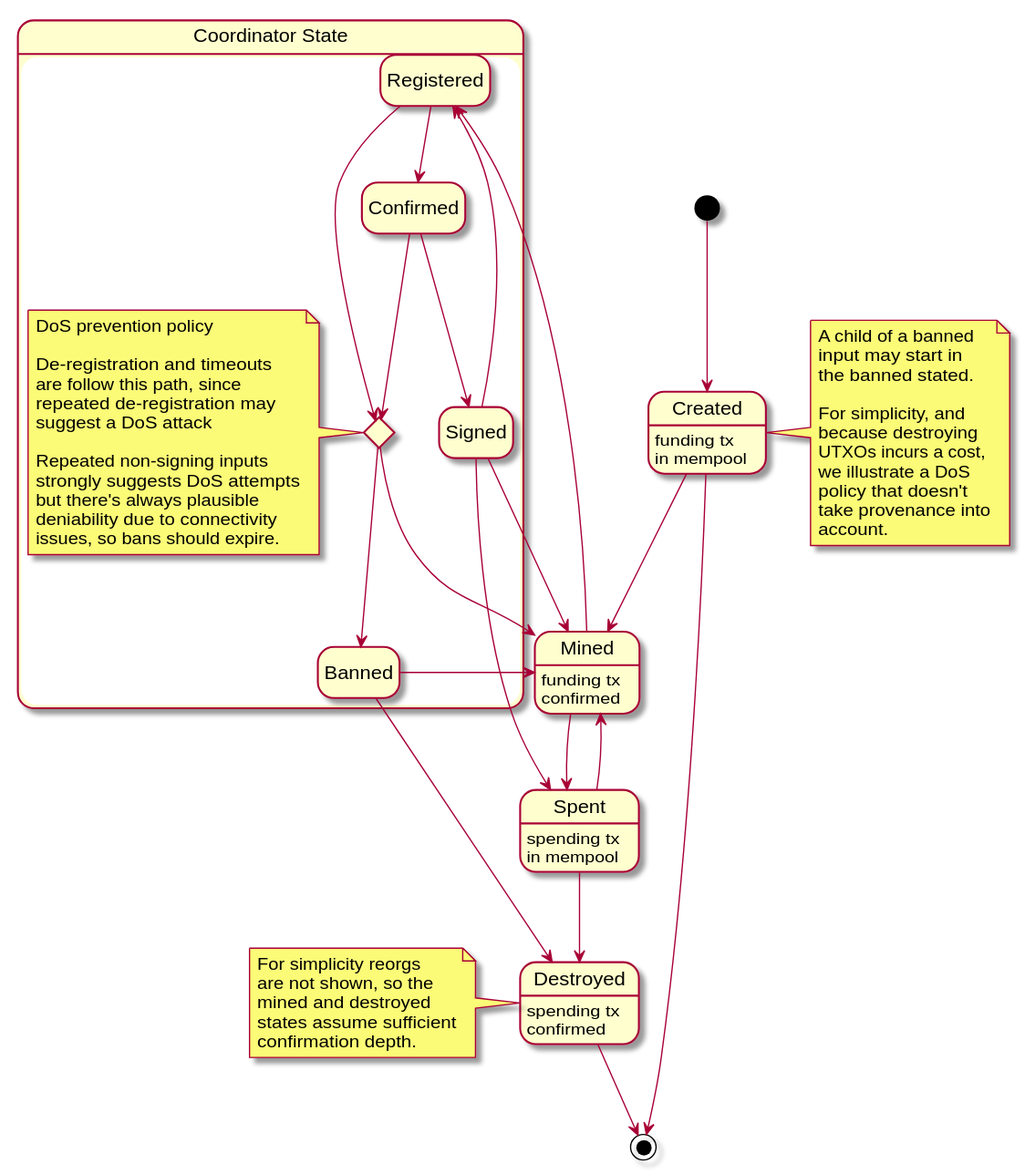
WalletWasabi/WabiSabi keeps this PlantUML diagram as diagrams/utxo_states.svg. Above is the earlier version. Its diagram source:
```plantuml
@startuml

hide empty description

state "Created" as created
created: funding tx
created: in mempool
note right of created
    A child of a banned
    input may start in
    the banned stated.

    For simplicity, and
    because destroying
    UTXOs incurs a cost,
    we illustrate a DoS
    policy that doesn't
    take provenance into
    account.
end note
state "Mined" as mined
mined: funding tx
mined: confirmed
note left of destroyed
    For simplicity reorgs
    are not shown, so the
    mined and destroyed
    states assume sufficient
    confirmation depth.
end note
state "Spent" as spent
spent: spending tx
spent: in mempool
state "Destroyed" as destroyed
destroyed: spending tx
destroyed: confirmed


state "Coordinator State" as round {
    state "Registered" as ireg
    state "Confirmed" as cconf
    state "Signed" as signed
    state nc <<choice>>
    state "Banned" as banned

    ireg --> cconf
    cconf --> signed
    cconf --> nc
    signed --> ireg

    ireg --> nc

    mined --> ireg
    signed --> spent
    signed --> mined

    nc --> banned
    nc --> mined
    note left of nc
        DoS prevention policy

        De-registration and timeouts
        are follow this path, since
        repeated de-registration may
        suggest a DoS attack

        Repeated non-signing inputs
        strongly suggests DoS attempts
        but there's always plausible
        deniability due to connectivity
        issues, so bans should expire.
    end note

    banned --> mined
    banned --> destroyed
}
[*] --> created
created --> mined
mined --> spent
spent --> destroyed
spent --> mined
created --> [*]
destroyed --> [*]

@enduml
```
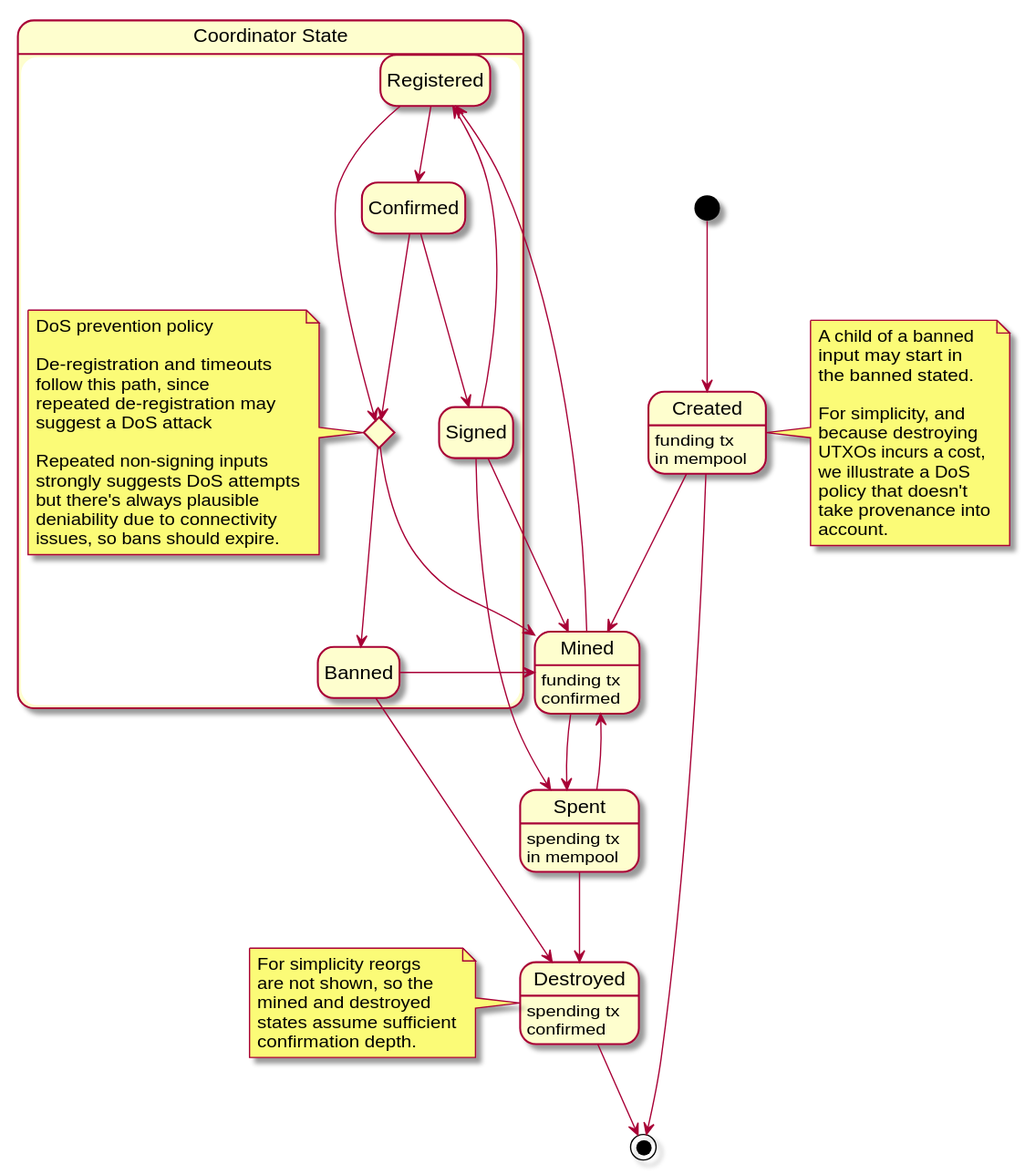
After the change.

Diff of the diagram source:
```diff
@@ -60,7 +60,7 @@
         DoS prevention policy
 
         De-registration and timeouts
-        are follow this path, since
+        follow this path, since
         repeated de-registration may
         suggest a DoS attack
 
```
